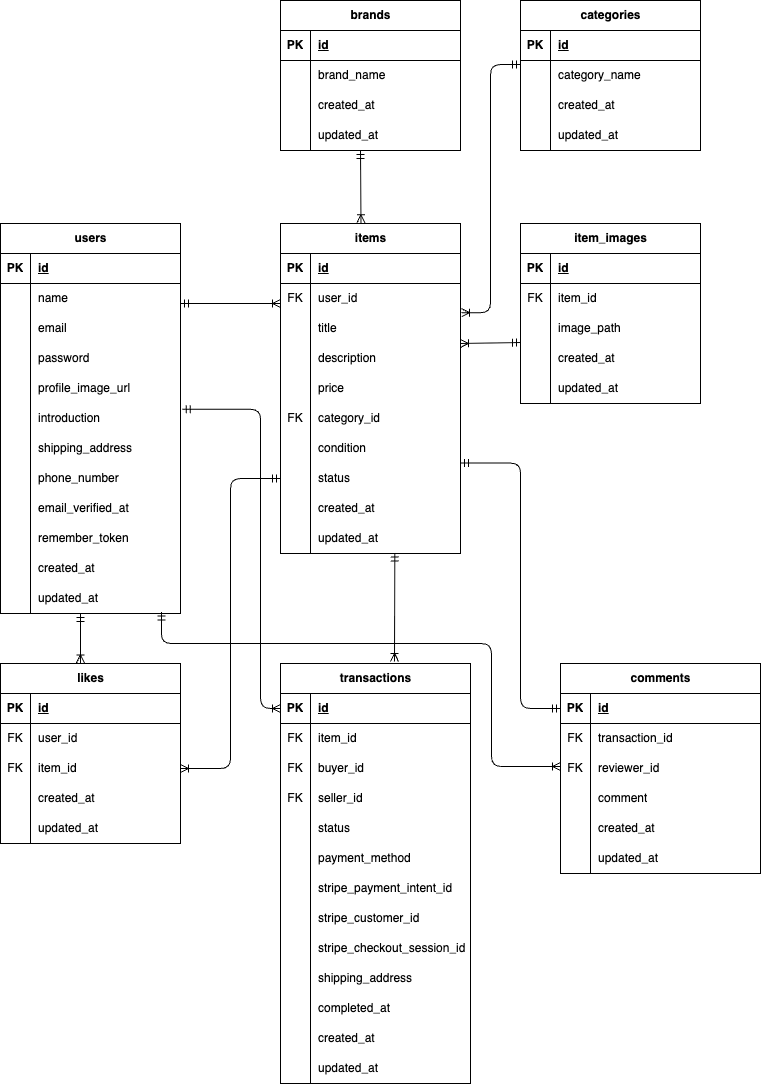
S185900/flea-market-app keeps this draw.io diagram as er.drawio.png. Above is the earlier version. Source tidied: cells renumbered, new cells last; positions are measured from the earlier drawing's top-left corner, leaving out a move shared by most shapes.
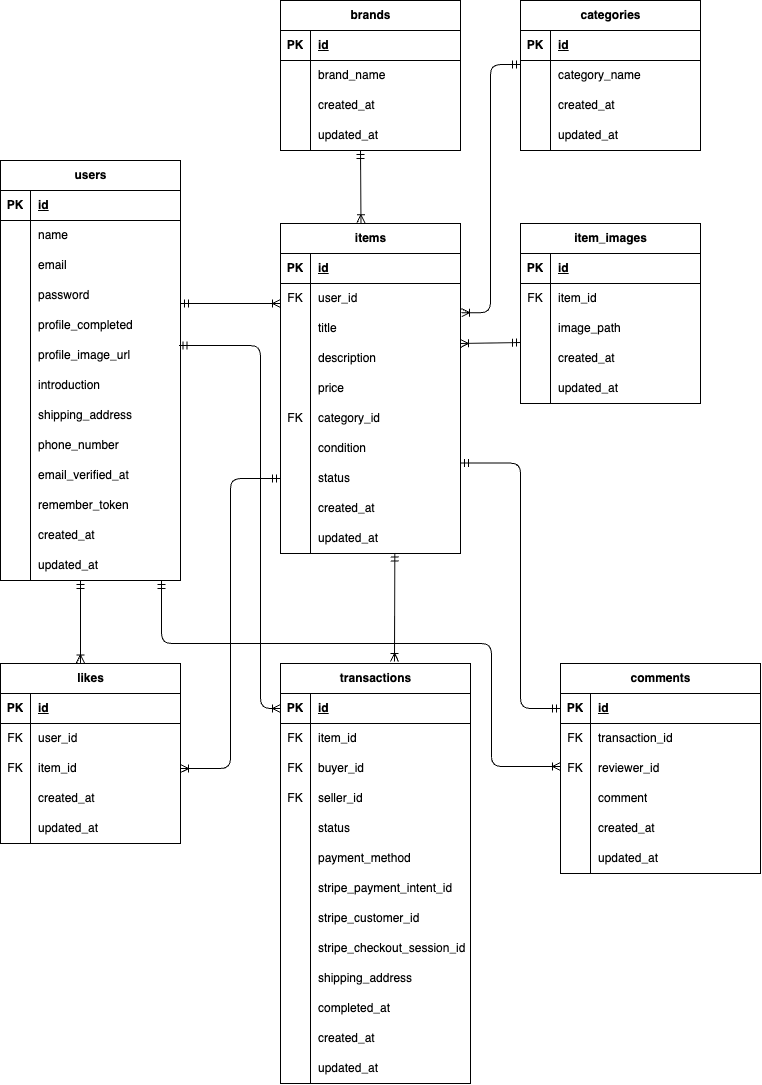
Above is the later version.

The edit, as a diff of the source:
```diff
@@ -3,7 +3,7 @@
     <mxCell id="0" />
     <mxCell id="1" parent="0" />
     <mxCell id="2" value="users" style="shape=table;startSize=30;rowLines=0;fontStyle=1;align=center;html=1;" parent="1" vertex="1">
-      <mxGeometry y="223" width="180" height="390" as="geometry" />
+      <mxGeometry y="160" width="180" height="420" as="geometry" />
     </mxCell>
     <mxCell id="3" style="shape=tableRow;horizontal=0;startSize=0;swimlaneHead=0;swimlaneBody=0;fillColor=none;top=0;left=0;right=0;bottom=1;" parent="2" vertex="1">
       <mxGeometry y="30" width="180" height="30" as="geometry" />
@@ -38,7 +38,7 @@
     <mxCell id="13" style="shape=partialRectangle;fillColor=none;top=0;left=0;bottom=0;right=0;overflow=hidden;whiteSpace=wrap;html=1;" parent="12" vertex="1">
       <mxGeometry width="30" height="30" as="geometry" />
     </mxCell>
-    <mxCell id="14" value="password" style="shape=partialRectangle;fillColor=none;top=0;left=0;bottom=0;right=0;align=left;spacingLeft=6;overflow=hidden;whiteSpace=wrap;html=1;" parent="12" vertex="1">
+    <mxCell id="14" value="&lt;span style=&quot;color: rgb(0, 0, 0);&quot;&gt;password&lt;/span&gt;" style="shape=partialRectangle;fillColor=none;top=0;left=0;bottom=0;right=0;align=left;spacingLeft=6;overflow=hidden;whiteSpace=wrap;html=1;" parent="12" vertex="1">
       <mxGeometry x="30" width="150" height="30" as="geometry" />
     </mxCell>
     <mxCell id="15" style="shape=tableRow;horizontal=0;startSize=0;swimlaneHead=0;swimlaneBody=0;fillColor=none;top=0;left=0;right=0;bottom=0;" parent="2" vertex="1">
@@ -47,7 +47,7 @@
     <mxCell id="16" style="shape=partialRectangle;fillColor=none;top=0;left=0;bottom=0;right=0;overflow=hidden;whiteSpace=wrap;html=1;" parent="15" vertex="1">
       <mxGeometry width="30" height="30" as="geometry" />
     </mxCell>
-    <mxCell id="17" value="profile_image_url" style="shape=partialRectangle;fillColor=none;top=0;left=0;bottom=0;right=0;align=left;spacingLeft=6;overflow=hidden;whiteSpace=wrap;html=1;" parent="15" vertex="1">
+    <mxCell id="17" value="&lt;span style=&quot;color: rgb(0, 0, 0);&quot;&gt;profile_completed&lt;/span&gt;" style="shape=partialRectangle;fillColor=none;top=0;left=0;bottom=0;right=0;align=left;spacingLeft=6;overflow=hidden;whiteSpace=wrap;html=1;" parent="15" vertex="1">
       <mxGeometry x="30" width="150" height="30" as="geometry" />
     </mxCell>
     <mxCell id="18" style="shape=tableRow;horizontal=0;startSize=0;swimlaneHead=0;swimlaneBody=0;fillColor=none;points=[[0,0.5],[1,0.5]];portConstraint=eastwest;top=0;left=0;right=0;bottom=0;" parent="2" vertex="1">
@@ -56,7 +56,7 @@
     <mxCell id="19" style="shape=partialRectangle;fillColor=none;top=0;left=0;bottom=0;right=0;overflow=hidden;whiteSpace=wrap;html=1;" parent="18" vertex="1">
       <mxGeometry width="30" height="30" as="geometry" />
     </mxCell>
-    <mxCell id="20" value="introduction" style="shape=partialRectangle;fillColor=none;top=0;left=0;bottom=0;right=0;align=left;spacingLeft=6;overflow=hidden;whiteSpace=wrap;html=1;" parent="18" vertex="1">
+    <mxCell id="20" value="&lt;span style=&quot;color: rgb(0, 0, 0);&quot;&gt;profile_image_url&lt;/span&gt;" style="shape=partialRectangle;fillColor=none;top=0;left=0;bottom=0;right=0;align=left;spacingLeft=6;overflow=hidden;whiteSpace=wrap;html=1;" parent="18" vertex="1">
       <mxGeometry x="30" width="150" height="30" as="geometry" />
     </mxCell>
     <mxCell id="21" style="shape=tableRow;horizontal=0;startSize=0;swimlaneHead=0;swimlaneBody=0;fillColor=none;top=0;left=0;right=0;bottom=0;" parent="2" vertex="1">
@@ -65,7 +65,7 @@
     <mxCell id="22" style="shape=partialRectangle;fillColor=none;top=0;left=0;bottom=0;right=0;overflow=hidden;whiteSpace=wrap;html=1;" parent="21" vertex="1">
       <mxGeometry width="30" height="30" as="geometry" />
     </mxCell>
-    <mxCell id="23" value="shipping_address" style="shape=partialRectangle;fillColor=none;top=0;left=0;bottom=0;right=0;align=left;spacingLeft=6;overflow=hidden;whiteSpace=wrap;html=1;" parent="21" vertex="1">
+    <mxCell id="23" value="&lt;span style=&quot;color: rgb(0, 0, 0);&quot;&gt;introduction&lt;/span&gt;" style="shape=partialRectangle;fillColor=none;top=0;left=0;bottom=0;right=0;align=left;spacingLeft=6;overflow=hidden;whiteSpace=wrap;html=1;" parent="21" vertex="1">
       <mxGeometry x="30" width="150" height="30" as="geometry" />
     </mxCell>
     <mxCell id="24" style="shape=tableRow;horizontal=0;startSize=0;swimlaneHead=0;swimlaneBody=0;fillColor=none;top=0;left=0;right=0;bottom=0;" parent="2" vertex="1">
@@ -74,7 +74,7 @@
     <mxCell id="25" style="shape=partialRectangle;fillColor=none;top=0;left=0;bottom=0;right=0;overflow=hidden;whiteSpace=wrap;html=1;" parent="24" vertex="1">
       <mxGeometry width="30" height="30" as="geometry" />
     </mxCell>
-    <mxCell id="26" value="phone_number" style="shape=partialRectangle;fillColor=none;top=0;left=0;bottom=0;right=0;align=left;spacingLeft=6;overflow=hidden;whiteSpace=wrap;html=1;" parent="24" vertex="1">
+    <mxCell id="26" value="&lt;span style=&quot;color: rgb(0, 0, 0);&quot;&gt;shipping_address&lt;/span&gt;" style="shape=partialRectangle;fillColor=none;top=0;left=0;bottom=0;right=0;align=left;spacingLeft=6;overflow=hidden;whiteSpace=wrap;html=1;" parent="24" vertex="1">
       <mxGeometry x="30" width="150" height="30" as="geometry" />
     </mxCell>
     <mxCell id="27" style="shape=tableRow;horizontal=0;startSize=0;swimlaneHead=0;swimlaneBody=0;fillColor=none;top=0;left=0;right=0;bottom=0;" parent="2" vertex="1">
@@ -83,7 +83,7 @@
     <mxCell id="28" style="shape=partialRectangle;fillColor=none;top=0;left=0;bottom=0;right=0;overflow=hidden;whiteSpace=wrap;html=1;" parent="27" vertex="1">
       <mxGeometry width="30" height="30" as="geometry" />
     </mxCell>
-    <mxCell id="29" value="email_verified_at" style="shape=partialRectangle;fillColor=none;top=0;left=0;bottom=0;right=0;align=left;spacingLeft=6;overflow=hidden;whiteSpace=wrap;html=1;" parent="27" vertex="1">
+    <mxCell id="29" value="&lt;span style=&quot;color: rgb(0, 0, 0);&quot;&gt;phone_number&lt;/span&gt;" style="shape=partialRectangle;fillColor=none;top=0;left=0;bottom=0;right=0;align=left;spacingLeft=6;overflow=hidden;whiteSpace=wrap;html=1;" parent="27" vertex="1">
       <mxGeometry x="30" width="150" height="30" as="geometry" />
     </mxCell>
     <mxCell id="30" style="shape=tableRow;horizontal=0;startSize=0;swimlaneHead=0;swimlaneBody=0;fillColor=none;top=0;left=0;right=0;bottom=0;" parent="2" vertex="1">
@@ -92,7 +92,7 @@
     <mxCell id="31" style="shape=partialRectangle;fillColor=none;top=0;left=0;bottom=0;right=0;overflow=hidden;whiteSpace=wrap;html=1;" parent="30" vertex="1">
       <mxGeometry width="30" height="30" as="geometry" />
     </mxCell>
-    <mxCell id="32" value="remember_token" style="shape=partialRectangle;fillColor=none;top=0;left=0;bottom=0;right=0;align=left;spacingLeft=6;overflow=hidden;whiteSpace=wrap;html=1;" parent="30" vertex="1">
+    <mxCell id="32" value="&lt;span style=&quot;color: rgb(0, 0, 0);&quot;&gt;email_verified_at&lt;/span&gt;" style="shape=partialRectangle;fillColor=none;top=0;left=0;bottom=0;right=0;align=left;spacingLeft=6;overflow=hidden;whiteSpace=wrap;html=1;" parent="30" vertex="1">
       <mxGeometry x="30" width="150" height="30" as="geometry" />
     </mxCell>
     <mxCell id="33" style="shape=tableRow;horizontal=0;startSize=0;swimlaneHead=0;swimlaneBody=0;fillColor=none;top=0;left=0;right=0;bottom=0;" parent="2" vertex="1">
@@ -101,7 +101,7 @@
     <mxCell id="34" style="shape=partialRectangle;fillColor=none;top=0;left=0;bottom=0;right=0;overflow=hidden;whiteSpace=wrap;html=1;" parent="33" vertex="1">
       <mxGeometry width="30" height="30" as="geometry" />
     </mxCell>
-    <mxCell id="35" value="&lt;span style=&quot;color: rgb(0, 0, 0);&quot;&gt;created_at&lt;/span&gt;" style="shape=partialRectangle;fillColor=none;top=0;left=0;bottom=0;right=0;align=left;spacingLeft=6;overflow=hidden;whiteSpace=wrap;html=1;" parent="33" vertex="1">
+    <mxCell id="35" value="&lt;span style=&quot;color: rgb(0, 0, 0);&quot;&gt;remember_token&lt;/span&gt;" style="shape=partialRectangle;fillColor=none;top=0;left=0;bottom=0;right=0;align=left;spacingLeft=6;overflow=hidden;whiteSpace=wrap;html=1;" parent="33" vertex="1">
       <mxGeometry x="30" width="150" height="30" as="geometry" />
     </mxCell>
     <mxCell id="36" style="shape=tableRow;horizontal=0;startSize=0;swimlaneHead=0;swimlaneBody=0;fillColor=none;points=[[0,0.5],[1,0.5]];portConstraint=eastwest;top=0;left=0;right=0;bottom=0;" parent="2" vertex="1">
@@ -110,9 +110,18 @@
     <mxCell id="37" style="shape=partialRectangle;fillColor=none;top=0;left=0;bottom=0;right=0;overflow=hidden;whiteSpace=wrap;html=1;" parent="36" vertex="1">
       <mxGeometry width="30" height="30" as="geometry" />
     </mxCell>
-    <mxCell id="38" value="&lt;span style=&quot;color: rgb(0, 0, 0);&quot;&gt;updated_at&lt;/span&gt;" style="shape=partialRectangle;fillColor=none;top=0;left=0;bottom=0;right=0;align=left;spacingLeft=6;overflow=hidden;whiteSpace=wrap;html=1;" parent="36" vertex="1">
+    <mxCell id="38" value="&lt;span style=&quot;color: rgb(0, 0, 0);&quot;&gt;created_at&lt;/span&gt;" style="shape=partialRectangle;fillColor=none;top=0;left=0;bottom=0;right=0;align=left;spacingLeft=6;overflow=hidden;whiteSpace=wrap;html=1;" parent="36" vertex="1">
       <mxGeometry x="30" width="150" height="30" as="geometry" />
     </mxCell>
+    <mxCell id="197" style="shape=tableRow;horizontal=0;startSize=0;swimlaneHead=0;swimlaneBody=0;fillColor=none;top=0;left=0;right=0;bottom=0;" parent="2" vertex="1">
+      <mxGeometry y="390" width="180" height="30" as="geometry" />
+    </mxCell>
+    <mxCell id="198" style="shape=partialRectangle;fillColor=none;top=0;left=0;bottom=0;right=0;overflow=hidden;whiteSpace=wrap;html=1;" parent="197" vertex="1">
+      <mxGeometry width="30" height="30" as="geometry" />
+    </mxCell>
+    <mxCell id="199" value="&lt;span style=&quot;color: rgb(0, 0, 0);&quot;&gt;updated_at&lt;/span&gt;" style="shape=partialRectangle;fillColor=none;top=0;left=0;bottom=0;right=0;align=left;spacingLeft=6;overflow=hidden;whiteSpace=wrap;html=1;" parent="197" vertex="1">
+      <mxGeometry x="30" width="150" height="30" as="geometry" />
+    </mxCell>
     <mxCell id="39" value="items" style="shape=table;startSize=30;rowLines=0;fontStyle=1;align=center;html=1;" parent="1" vertex="1">
       <mxGeometry x="280" y="223" width="180" height="330" as="geometry" />
     </mxCell>
@@ -546,29 +555,26 @@
         <mxPoint x="394" y="661" as="targetPoint" />
       </mxGeometry>
     </mxCell>
-    <mxCell id="178" style="edgeStyle=orthogonalEdgeStyle;fontSize=12;html=1;endArrow=ERoneToMany;startArrow=ERmandOne;entryX=0;entryY=0.5;entryDx=0;entryDy=0;exitX=1.01;exitY=0.192;exitDx=0;exitDy=0;exitPerimeter=0;" parent="1" edge="1" source="18" target="84">
+    <mxCell id="178" style="edgeStyle=orthogonalEdgeStyle;fontSize=12;html=1;endArrow=ERoneToMany;startArrow=ERmandOne;entryX=0;entryY=0.5;entryDx=0;entryDy=0;exitX=0.992;exitY=0.169;exitDx=0;exitDy=0;exitPerimeter=0;" parent="1" edge="1" source="18" target="84">
       <mxGeometry relative="1" as="geometry">
         <Array as="points">
-          <mxPoint x="260" y="409" />
+          <mxPoint x="260" y="345" />
           <mxPoint x="260" y="708" />
         </Array>
       </mxGeometry>
     </mxCell>
     <mxCell id="179" style="fontSize=12;html=1;endArrow=ERoneToMany;startArrow=ERmandOne;entryX=0.666;entryY=0.003;entryDx=0;entryDy=0;entryPerimeter=0;" parent="1" edge="1">
       <mxGeometry relative="1" as="geometry">
-        <mxPoint x="80" y="613" as="sourcePoint" />
+        <mxPoint x="80" y="580" as="sourcePoint" />
         <mxPoint x="80" y="662.5" as="targetPoint" />
-        <Array as="points">
-          <mxPoint x="80" y="623" />
-          <mxPoint x="80.1" y="612" />
-        </Array>
       </mxGeometry>
     </mxCell>
     <mxCell id="180" style="edgeStyle=orthogonalEdgeStyle;fontSize=12;html=1;endArrow=ERoneToMany;startArrow=ERmandOne;exitX=0;exitY=0.5;exitDx=0;exitDy=0;entryX=1;entryY=0.5;entryDx=0;entryDy=0;" parent="1" edge="1" source="61" target="165">
       <mxGeometry relative="1" as="geometry" />
     </mxCell>
-    <mxCell id="181" style="edgeStyle=orthogonalEdgeStyle;fontSize=12;html=1;endArrow=ERoneToMany;startArrow=ERmandOne;exitX=0.894;exitY=0.95;exitDx=0;exitDy=0;exitPerimeter=0;" parent="1" edge="1" source="36">
+    <mxCell id="181" style="edgeStyle=orthogonalEdgeStyle;fontSize=12;html=1;endArrow=ERoneToMany;startArrow=ERmandOne;" parent="1" edge="1">
       <mxGeometry relative="1" as="geometry">
+        <mxPoint x="161" y="580" as="sourcePoint" />
         <mxPoint x="560" y="766" as="targetPoint" />
         <Array as="points">
           <mxPoint x="161" y="643" />
```
